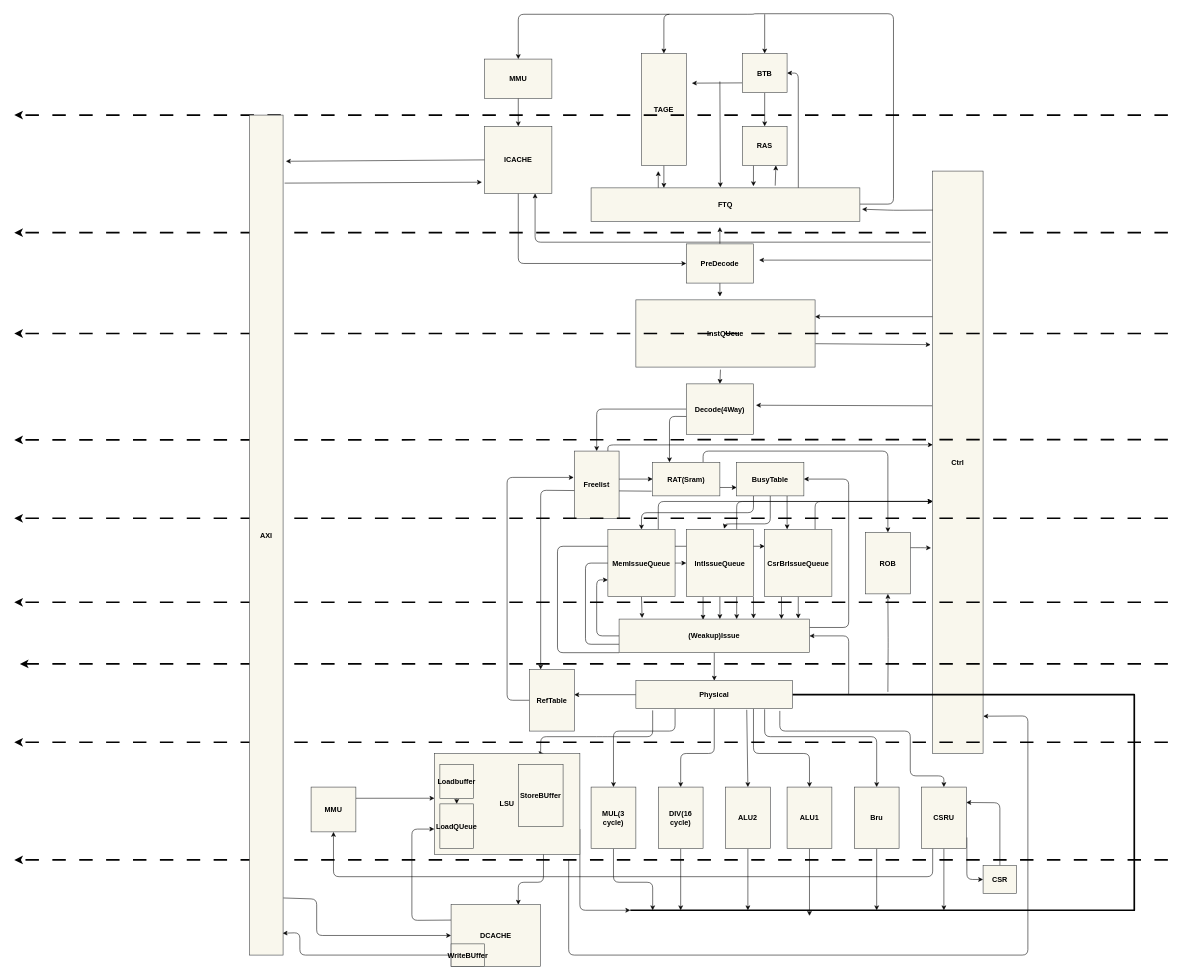
Before: doc/picture/Arch.dio in xunqianxun/LongArch-liguoqi-CPU, a draw.io diagram. Source tidied: cells renumbered, new cells numbered last; positions are measured from the earlier drawing's top-left corner, leaving out a move shared by most shapes. Both pictures are drawn from the tidied source at 56%, with x=0, y=0 at pixel (14, 13).
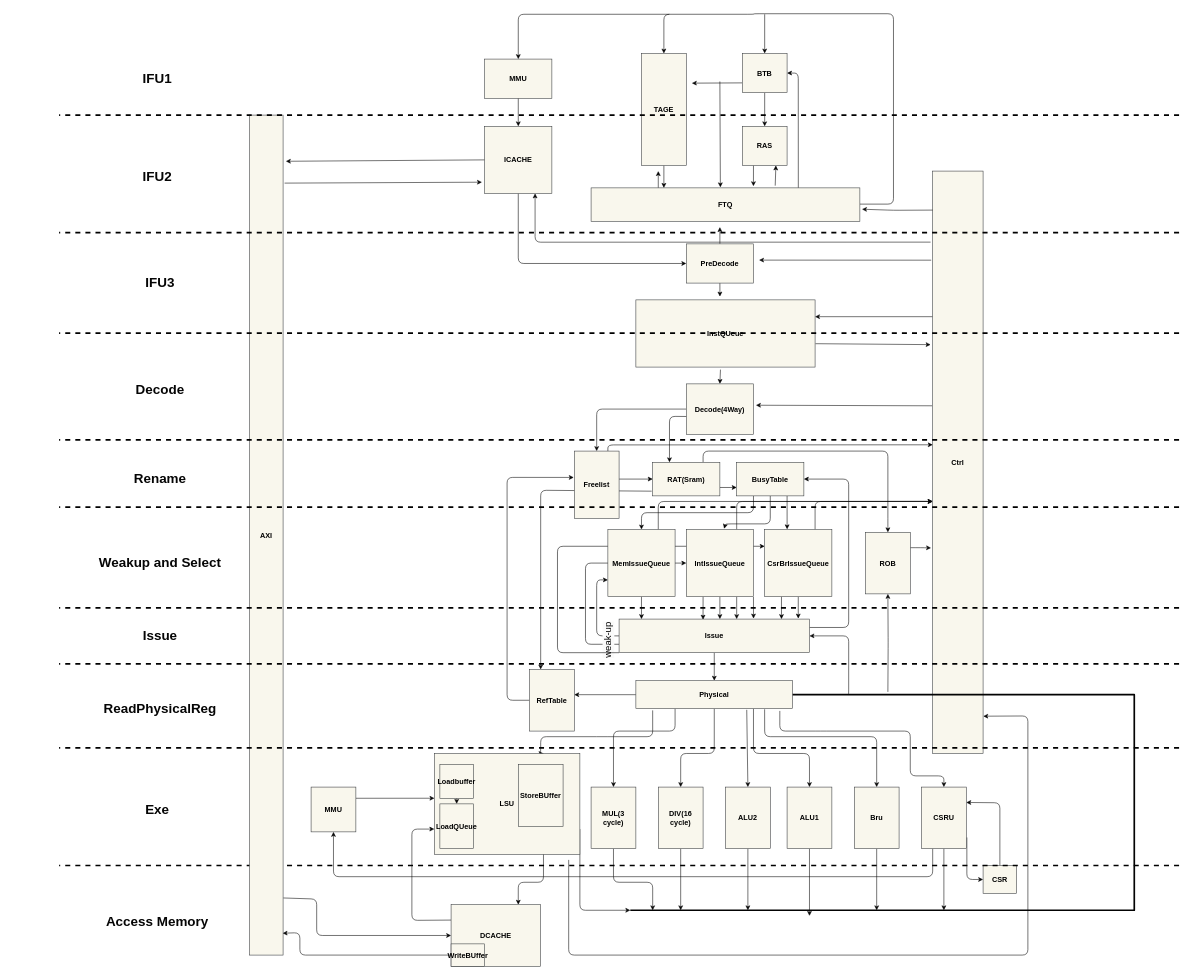
The same page after the edit.

Unchanged cells that the change refers to:
```xml
<mxCell id="39" style="edgeStyle=none;html=1;exitX=0;exitY=0.75;exitDx=0;exitDy=0;entryX=0;entryY=0.5;entryDx=0;entryDy=0;strokeColor=#030303;strokeWidth=1;fontSize=13;fontColor=#000000;" parent="1" edge="1" source="44" target="65">
  <mxGeometry relative="1" as="geometry">
    <Array as="points">
      <mxPoint x="1020" y="1126" />
      <mxPoint x="1020" y="981" />
    </Array>
  </mxGeometry>
</mxCell>
<mxCell id="47" value="&lt;b&gt;&lt;font style=&quot;font-size: 13px;&quot; color=&quot;#000000&quot;&gt;MemIssueQueue&lt;/font&gt;&lt;/b&gt;" style="whiteSpace=wrap;html=1;fillColor=#f9f7ed;strokeColor=#36393d;" parent="1" vertex="1">
  <mxGeometry x="1060" y="921" width="120" height="120" as="geometry" />
</mxCell>
```

What changed in the source:
```diff
@@
-    <mxCell id="23" style="edgeStyle=none;html=1;strokeColor=#030303;fontSize=13;fontColor=#000000;dashed=1;dashPattern=8 8;strokeWidth=3;" parent="1" edge="1">
-      <mxGeometry relative="1" as="geometry">
-        <mxPoint x="2060" y="181" as="sourcePoint" />
-        <mxPoint y="181" as="targetPoint" />
-      </mxGeometry>
-    </mxCell>
@@
-    <mxCell id="34" style="edgeStyle=none;html=1;strokeColor=#030303;fontSize=13;fontColor=#000000;dashed=1;dashPattern=8 8;strokeWidth=3;" parent="1" edge="1">
-      <mxGeometry relative="1" as="geometry">
-        <mxPoint x="2060" y="391" as="sourcePoint" />
-        <mxPoint y="391" as="targetPoint" />
-      </mxGeometry>
-    </mxCell>
@@
-    <mxCell id="37" style="edgeStyle=none;html=1;strokeColor=#030303;fontSize=13;fontColor=#000000;dashed=1;dashPattern=8 8;strokeWidth=3;" parent="1" edge="1">
-      <mxGeometry relative="1" as="geometry">
-        <mxPoint x="2060" y="571" as="sourcePoint" />
-        <mxPoint y="571" as="targetPoint" />
-      </mxGeometry>
-    </mxCell>
@@
+    <mxCell id="126" value="weak-up" style="edgeLabel;html=1;align=center;verticalAlign=middle;fontColor=#050505;labelBackgroundColor=#fafafa;rotation=-90;fontSize=17;" parent="39" vertex="1">
+      <mxGeometry x="-0.4" y="-1" relative="1" as="geometry">
+        <mxPoint x="39" y="50" as="offset" />
+      </mxGeometry>
+    </mxCell>
@@
-    <mxCell id="44" value="&lt;b style=&quot;color: rgb(0, 0, 0); font-size: 13px;&quot;&gt;(Weakup)Issue&lt;/b&gt;" style="whiteSpace=wrap;html=1;fillColor=#f9f7ed;strokeColor=#36393d;" parent="1" vertex="1">
+    <mxCell id="44" value="&lt;b style=&quot;color: rgb(0, 0, 0); font-size: 13px;&quot;&gt;Issue&lt;/b&gt;" style="whiteSpace=wrap;html=1;fillColor=#f9f7ed;strokeColor=#36393d;" parent="1" vertex="1">
       <mxGeometry x="1080" y="1081" width="340" height="60" as="geometry" />
     </mxCell>
-    <mxCell id="45" style="edgeStyle=none;html=1;exitX=0.5;exitY=1;exitDx=0;exitDy=0;entryX=0.121;entryY=-0.033;entryDx=0;entryDy=0;entryPerimeter=0;strokeColor=#030303;strokeWidth=1;fontSize=13;fontColor=#000000;" parent="1" edge="1" source="47" target="44">
-      <mxGeometry relative="1" as="geometry" />
+    <mxCell id="45" style="edgeStyle=none;html=1;exitX=0.5;exitY=1;exitDx=0;exitDy=0;strokeColor=#030303;strokeWidth=1;fontSize=13;fontColor=#000000;" parent="1" edge="1" source="47">
+      <mxGeometry relative="1" as="geometry">
+        <mxPoint x="1120" y="1081" as="targetPoint" />
+      </mxGeometry>
     </mxCell>
@@
-    <mxCell id="55" style="edgeStyle=none;html=1;strokeColor=#030303;fontSize=13;fontColor=#000000;dashed=1;dashPattern=8 8;strokeWidth=3;" parent="1" edge="1">
-      <mxGeometry relative="1" as="geometry">
-        <mxPoint x="2060" y="760.5" as="sourcePoint" />
-        <mxPoint y="761" as="targetPoint" />
-      </mxGeometry>
-    </mxCell>
@@
-    <mxCell id="66" style="edgeStyle=none;html=1;strokeColor=#030303;fontSize=13;fontColor=#000000;dashed=1;dashPattern=8 8;strokeWidth=3;" parent="1" edge="1">
-      <mxGeometry relative="1" as="geometry">
-        <mxPoint x="2060" y="901" as="sourcePoint" />
-        <mxPoint y="901" as="targetPoint" />
-      </mxGeometry>
-    </mxCell>
-    <mxCell id="67" style="edgeStyle=none;html=1;strokeColor=#030303;fontSize=13;fontColor=#000000;dashed=1;dashPattern=8 8;strokeWidth=3;" parent="1" edge="1">
-      <mxGeometry relative="1" as="geometry">
-        <mxPoint x="2060" y="1051" as="sourcePoint" />
-        <mxPoint y="1051" as="targetPoint" />
-      </mxGeometry>
-    </mxCell>
-    <mxCell id="68" style="edgeStyle=none;html=1;strokeColor=#030303;fontSize=13;fontColor=#000000;dashed=1;dashPattern=8 8;strokeWidth=3;" parent="1" edge="1">
-      <mxGeometry relative="1" as="geometry">
-        <mxPoint x="2060" y="1161" as="sourcePoint" />
-        <mxPoint x="10" y="1161" as="targetPoint" />
-      </mxGeometry>
-    </mxCell>
@@
-    <mxCell id="79" style="edgeStyle=none;html=1;strokeColor=#030303;fontSize=13;fontColor=#000000;dashed=1;dashPattern=8 8;strokeWidth=3;" parent="1" edge="1">
-      <mxGeometry relative="1" as="geometry">
-        <mxPoint x="2060" y="1511" as="sourcePoint" />
-        <mxPoint y="1511" as="targetPoint" />
-      </mxGeometry>
-    </mxCell>
-    <mxCell id="80" style="edgeStyle=none;html=1;strokeColor=#030303;fontSize=13;fontColor=#000000;dashed=1;dashPattern=8 8;strokeWidth=3;" parent="1" edge="1">
-      <mxGeometry relative="1" as="geometry">
-        <mxPoint x="2060" y="1301" as="sourcePoint" />
-        <mxPoint y="1301" as="targetPoint" />
-      </mxGeometry>
-    </mxCell>
@@
+    <mxCell id="127" style="edgeStyle=none;html=1;strokeColor=#000000;fontSize=17;fontColor=#050505;startArrow=none;startFill=0;endArrow=none;endFill=0;strokeWidth=3;dashed=1;" parent="1" edge="1">
+      <mxGeometry relative="1" as="geometry">
+        <mxPoint x="2080" y="1521" as="sourcePoint" />
+        <mxPoint x="80" y="1521" as="targetPoint" />
+      </mxGeometry>
+    </mxCell>
@@
+    <mxCell id="128" style="edgeStyle=none;html=1;strokeColor=#000000;fontSize=17;fontColor=#050505;startArrow=none;startFill=0;endArrow=none;endFill=0;strokeWidth=3;dashed=1;" parent="1" edge="1">
+      <mxGeometry relative="1" as="geometry">
+        <mxPoint x="2080" y="881" as="sourcePoint" />
+        <mxPoint x="80" y="881" as="targetPoint" />
+      </mxGeometry>
+    </mxCell>
+    <mxCell id="129" style="edgeStyle=none;html=1;strokeColor=#000000;fontSize=17;fontColor=#050505;startArrow=none;startFill=0;endArrow=none;endFill=0;strokeWidth=3;dashed=1;" parent="1" edge="1">
+      <mxGeometry relative="1" as="geometry">
+        <mxPoint x="2080" y="761" as="sourcePoint" />
+        <mxPoint x="80" y="761" as="targetPoint" />
+      </mxGeometry>
+    </mxCell>
+    <mxCell id="130" style="edgeStyle=none;html=1;strokeColor=#000000;fontSize=17;fontColor=#050505;startArrow=none;startFill=0;endArrow=none;endFill=0;strokeWidth=3;dashed=1;" parent="1" edge="1">
+      <mxGeometry relative="1" as="geometry">
+        <mxPoint x="2080" y="1061" as="sourcePoint" />
+        <mxPoint x="80" y="1061" as="targetPoint" />
+      </mxGeometry>
+    </mxCell>
+    <mxCell id="131" style="edgeStyle=none;html=1;strokeColor=#000000;fontSize=17;fontColor=#050505;startArrow=none;startFill=0;endArrow=none;endFill=0;strokeWidth=3;dashed=1;" parent="1" edge="1">
+      <mxGeometry relative="1" as="geometry">
+        <mxPoint x="2080" y="1161" as="sourcePoint" />
+        <mxPoint x="80" y="1161" as="targetPoint" />
+      </mxGeometry>
+    </mxCell>
+    <mxCell id="132" style="edgeStyle=none;html=1;strokeColor=#000000;fontSize=17;fontColor=#050505;startArrow=none;startFill=0;endArrow=none;endFill=0;strokeWidth=3;dashed=1;" parent="1" edge="1">
+      <mxGeometry relative="1" as="geometry">
+        <mxPoint x="2080" y="1311" as="sourcePoint" />
+        <mxPoint x="80" y="1311" as="targetPoint" />
+      </mxGeometry>
+    </mxCell>
+    <mxCell id="133" style="edgeStyle=none;html=1;strokeColor=#000000;fontSize=17;fontColor=#050505;startArrow=none;startFill=0;endArrow=none;endFill=0;strokeWidth=3;dashed=1;" parent="1" edge="1">
+      <mxGeometry relative="1" as="geometry">
+        <mxPoint x="2080" y="391" as="sourcePoint" />
+        <mxPoint x="80" y="391" as="targetPoint" />
+      </mxGeometry>
+    </mxCell>
+    <mxCell id="134" style="edgeStyle=none;html=1;strokeColor=#000000;fontSize=17;fontColor=#050505;startArrow=none;startFill=0;endArrow=none;endFill=0;strokeWidth=3;dashed=1;" parent="1" edge="1">
+      <mxGeometry relative="1" as="geometry">
+        <mxPoint x="2080" y="570.3" as="sourcePoint" />
+        <mxPoint x="80" y="570.3" as="targetPoint" />
+      </mxGeometry>
+    </mxCell>
+    <mxCell id="135" style="edgeStyle=none;html=1;strokeColor=#000000;fontSize=17;fontColor=#050505;startArrow=none;startFill=0;endArrow=none;endFill=0;strokeWidth=3;dashed=1;" parent="1" edge="1">
+      <mxGeometry relative="1" as="geometry">
+        <mxPoint x="2080" y="181" as="sourcePoint" />
+        <mxPoint x="80" y="181" as="targetPoint" />
+      </mxGeometry>
+    </mxCell>
+    <mxCell id="136" value="&lt;font style=&quot;font-size: 24px;&quot;&gt;&lt;b&gt;IFU1&lt;/b&gt;&lt;/font&gt;" style="text;html=1;align=center;verticalAlign=middle;strokeColor=none;fillColor=none;fontSize=17;fontColor=#050505;strokeWidth=0;" parent="1" vertex="1">
+      <mxGeometry x="215" y="96" width="80" height="40" as="geometry" />
+    </mxCell>
+    <mxCell id="137" value="&lt;span style=&quot;font-size: 24px;&quot;&gt;&lt;b&gt;IFU3&lt;/b&gt;&lt;/span&gt;" style="text;html=1;align=center;verticalAlign=middle;strokeColor=none;fillColor=none;fontSize=17;fontColor=#050505;strokeWidth=0;" parent="1" vertex="1">
+      <mxGeometry x="220" y="461" width="80" height="40" as="geometry" />
+    </mxCell>
+    <mxCell id="138" value="&lt;font style=&quot;font-size: 24px;&quot;&gt;&lt;b&gt;IFU2&lt;/b&gt;&lt;/font&gt;" style="text;html=1;align=center;verticalAlign=middle;strokeColor=none;fillColor=none;fontSize=17;fontColor=#050505;strokeWidth=0;" parent="1" vertex="1">
+      <mxGeometry x="215" y="271" width="80" height="40" as="geometry" />
+    </mxCell>
+    <mxCell id="139" value="&lt;span style=&quot;font-size: 24px;&quot;&gt;&lt;b&gt;Rename&lt;/b&gt;&lt;/span&gt;" style="text;html=1;align=center;verticalAlign=middle;strokeColor=none;fillColor=none;fontSize=17;fontColor=#050505;strokeWidth=0;" parent="1" vertex="1">
+      <mxGeometry x="200" y="811" width="120" height="40" as="geometry" />
+    </mxCell>
+    <mxCell id="140" value="&lt;span style=&quot;font-size: 24px;&quot;&gt;&lt;b&gt;Decode&lt;/b&gt;&lt;/span&gt;" style="text;html=1;align=center;verticalAlign=middle;strokeColor=none;fillColor=none;fontSize=17;fontColor=#050505;strokeWidth=0;" parent="1" vertex="1">
+      <mxGeometry x="205" y="651" width="110" height="40" as="geometry" />
+    </mxCell>
+    <mxCell id="141" value="&lt;span style=&quot;font-size: 24px;&quot;&gt;&lt;b&gt;Issue&lt;/b&gt;&lt;/span&gt;" style="text;html=1;align=center;verticalAlign=middle;strokeColor=none;fillColor=none;fontSize=17;fontColor=#050505;strokeWidth=0;" parent="1" vertex="1">
+      <mxGeometry x="220" y="1091" width="80" height="40" as="geometry" />
+    </mxCell>
+    <mxCell id="142" value="&lt;span style=&quot;font-size: 24px;&quot;&gt;&lt;b&gt;Weakup and Select&lt;/b&gt;&lt;/span&gt;" style="text;html=1;align=center;verticalAlign=middle;strokeColor=none;fillColor=none;fontSize=17;fontColor=#050505;strokeWidth=0;" parent="1" vertex="1">
+      <mxGeometry x="140" y="961" width="240" height="40" as="geometry" />
+    </mxCell>
+    <mxCell id="143" value="&lt;span style=&quot;font-size: 24px;&quot;&gt;&lt;b&gt;ReadPhysicalReg&lt;/b&gt;&lt;/span&gt;" style="text;html=1;align=center;verticalAlign=middle;strokeColor=none;fillColor=none;fontSize=17;fontColor=#050505;strokeWidth=0;" parent="1" vertex="1">
+      <mxGeometry x="150" y="1221" width="220" height="40" as="geometry" />
+    </mxCell>
+    <mxCell id="144" value="&lt;span style=&quot;font-size: 24px;&quot;&gt;&lt;b&gt;Exe&lt;/b&gt;&lt;/span&gt;" style="text;html=1;align=center;verticalAlign=middle;strokeColor=none;fillColor=none;fontSize=17;fontColor=#050505;strokeWidth=0;" parent="1" vertex="1">
+      <mxGeometry x="220" y="1401" width="70" height="40" as="geometry" />
+    </mxCell>
+    <mxCell id="145" value="&lt;span style=&quot;font-size: 24px;&quot;&gt;&lt;b&gt;Access Memory&lt;/b&gt;&lt;/span&gt;" style="text;html=1;align=center;verticalAlign=middle;strokeColor=none;fillColor=none;fontSize=17;fontColor=#050505;strokeWidth=0;" parent="1" vertex="1">
+      <mxGeometry x="150" y="1601" width="210" height="40" as="geometry" />
+    </mxCell>
```
